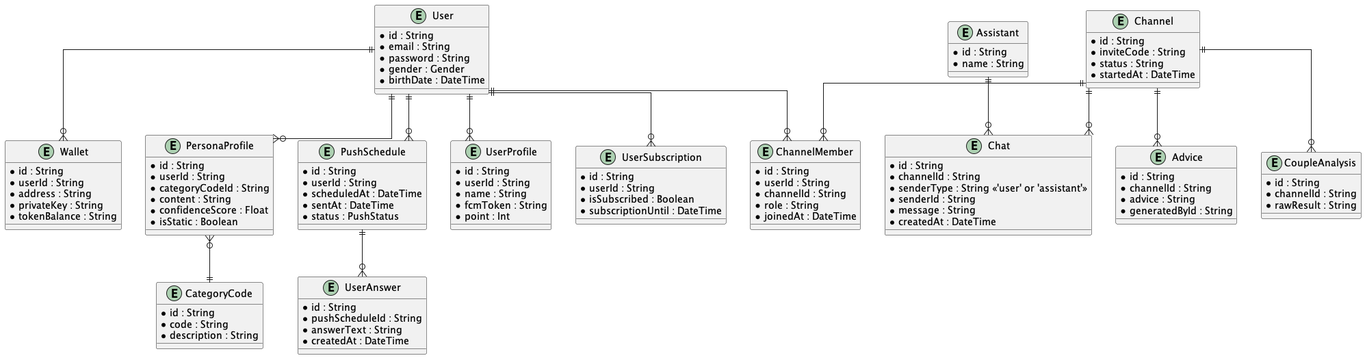
Earlier version of the PlantUML export docs/images/api/erd.png (aw-birdgang/saiondo).
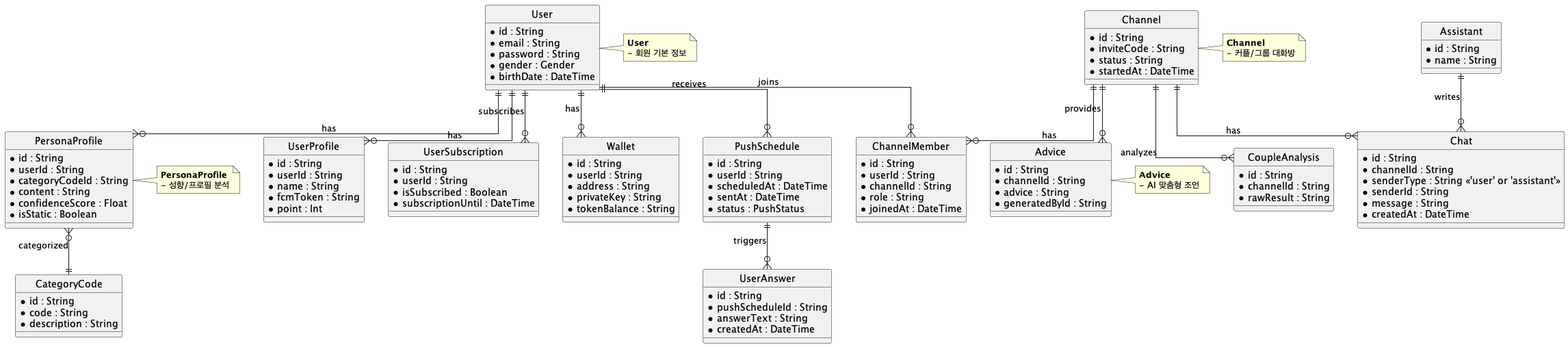
The same diagram one commit later.

What changed in the source:
```diff
@@ -2,9 +2,18 @@
 skinparam linetype ortho
 skinparam rectangle {
   RoundCorner 10
+  BackgroundColor #F8F8FF
+  BorderColor #333366
+  FontColor #222244
 }
+skinparam entity {
+  BackgroundColor #F0F8FF
+  BorderColor #333366
+  FontColor #222244
+}
+hide circle
 
-entity User {
+entity "User" as User {
   * id : String
   * email : String
   * password : String
@@ -12,7 +21,7 @@
   * birthDate : DateTime
 }
 
-entity UserProfile {
+entity "UserProfile" as UserProfile {
   * id : String
   * userId : String
   * name : String
@@ -20,14 +29,14 @@
   * point : Int
 }
 
-entity UserSubscription {
+entity "UserSubscription" as UserSubscription {
   * id : String
   * userId : String
   * isSubscribed : Boolean
   * subscriptionUntil : DateTime
 }
 
-entity Wallet {
+entity "Wallet" as Wallet {
   * id : String
   * userId : String
   * address : String
@@ -35,14 +44,14 @@
   * tokenBalance : String
 }
 
-entity Channel {
+entity "Channel" as Channel {
   * id : String
   * inviteCode : String
   * status : String
   * startedAt : DateTime
 }
 
-entity ChannelMember {
+entity "ChannelMember" as ChannelMember {
   * id : String
   * userId : String
   * channelId : String
@@ -50,27 +59,27 @@
   * joinedAt : DateTime
 }
 
-entity Chat {
+entity "Chat" as Chat {
   * id : String
   * channelId : String
-  * senderType : String << 'user' or 'assistant' >>
+  * senderType : String <<'user' or 'assistant'>>
   * senderId : String
   * message : String
   * createdAt : DateTime
 }
 
-entity Assistant {
+entity "Assistant" as Assistant {
   * id : String
   * name : String
 }
 
-entity CoupleAnalysis {
+entity "CoupleAnalysis" as CoupleAnalysis {
   * id : String
   * channelId : String
   * rawResult : String
 }
 
-entity PersonaProfile {
+entity "PersonaProfile" as PersonaProfile {
   * id : String
   * userId : String
   * categoryCodeId : String
@@ -79,13 +88,13 @@
   * isStatic : Boolean
 }
 
-entity CategoryCode {
+entity "CategoryCode" as CategoryCode {
   * id : String
   * code : String
   * description : String
 }
 
-entity PushSchedule {
+entity "PushSchedule" as PushSchedule {
   * id : String
   * userId : String
   * scheduledAt : DateTime
@@ -93,35 +102,55 @@
   * status : PushStatus
 }
 
-entity UserAnswer {
+entity "UserAnswer" as UserAnswer {
   * id : String
   * pushScheduleId : String
   * answerText : String
   * createdAt : DateTime
 }
 
-entity Advice {
+entity "Advice" as Advice {
   * id : String
   * channelId : String
   * advice : String
   * generatedById : String
 }
 
-User ||--o{ UserProfile
-User ||--o{ Wallet
-User ||--o{ ChannelMember
-User ||--o{ PushSchedule
-User ||--o{ UserSubscription
-User ||--o{ PersonaProfile
+User ||--o{ UserProfile : "has"
+User ||--o{ Wallet : "has"
+User ||--o{ ChannelMember : "joins"
+User ||--o{ PushSchedule : "receives"
+User ||--o{ UserSubscription : "subscribes"
+User ||--o{ PersonaProfile : "has"
 
-Channel ||--o{ ChannelMember
-Channel ||--o{ Chat
-Channel ||--o{ CoupleAnalysis
-Channel ||--o{ Advice
+Channel ||--o{ ChannelMember : "has"
+Channel ||--o{ Chat : "has"
+Channel ||--o{ CoupleAnalysis : "analyzes"
+Channel ||--o{ Advice : "provides"
 
-Assistant ||--o{ Chat
+Assistant ||--o{ Chat : "writes"
 
-PushSchedule ||--o{ UserAnswer
-PersonaProfile }o--|| CategoryCode
+PushSchedule ||--o{ UserAnswer : "triggers"
+PersonaProfile }o--|| CategoryCode : "categorized"
+
+note right of User
+  <b>User</b>
+  - 회원 기본 정보
+end note
+
+note right of Channel
+  <b>Channel</b>
+  - 커플/그룹 대화방
+end note
+
+note right of PersonaProfile
+  <b>PersonaProfile</b>
+  - 성향/프로필 분석
+end note
+
+note right of Advice
+  <b>Advice</b>
+  - AI 맞춤형 조언
+end note
 
 @enduml
```
